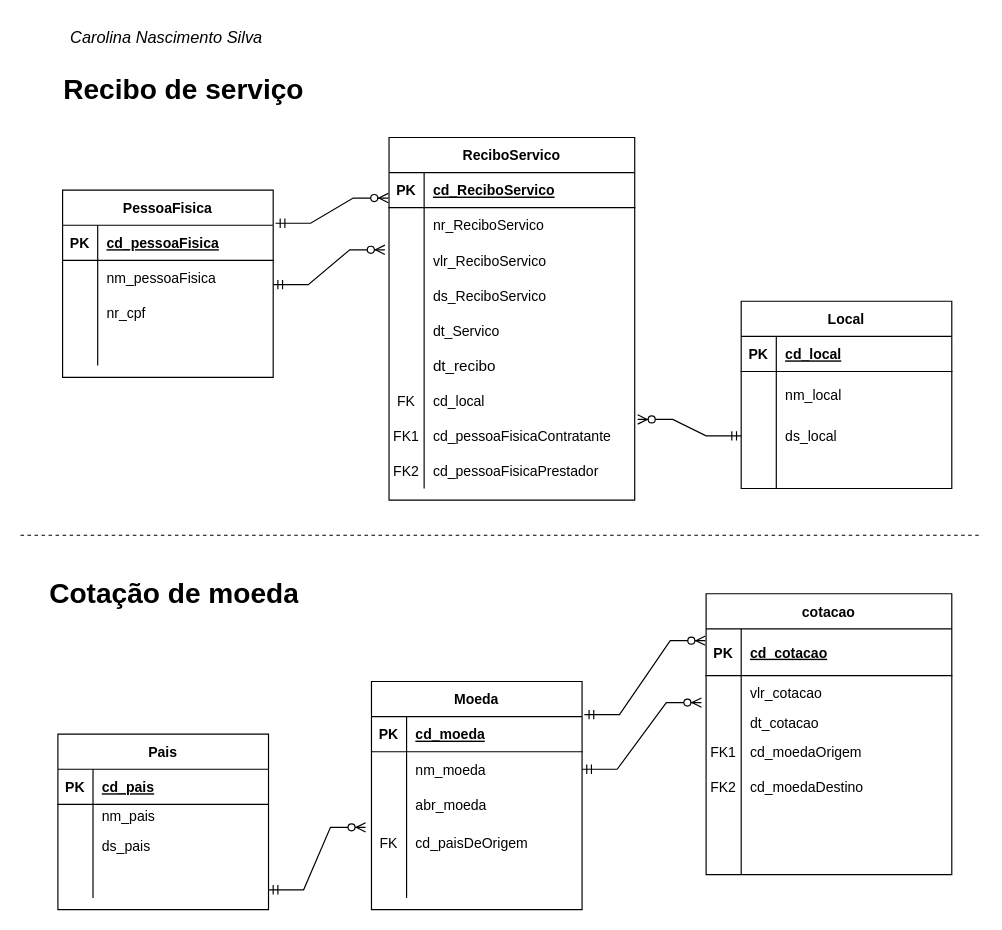
Before: page "Page-2" (2 of 2) of ReciboMoeda.drawio in Carolina-Silva/Carolina-Silva, a draw.io diagram. Source tidied: cells renumbered, new cells numbered last; positions are measured from the earlier drawing's top-left corner, leaving out a move shared by most shapes. Both pictures are drawn from the tidied source at 117%, with x=0, y=0 at pixel (20, 20).
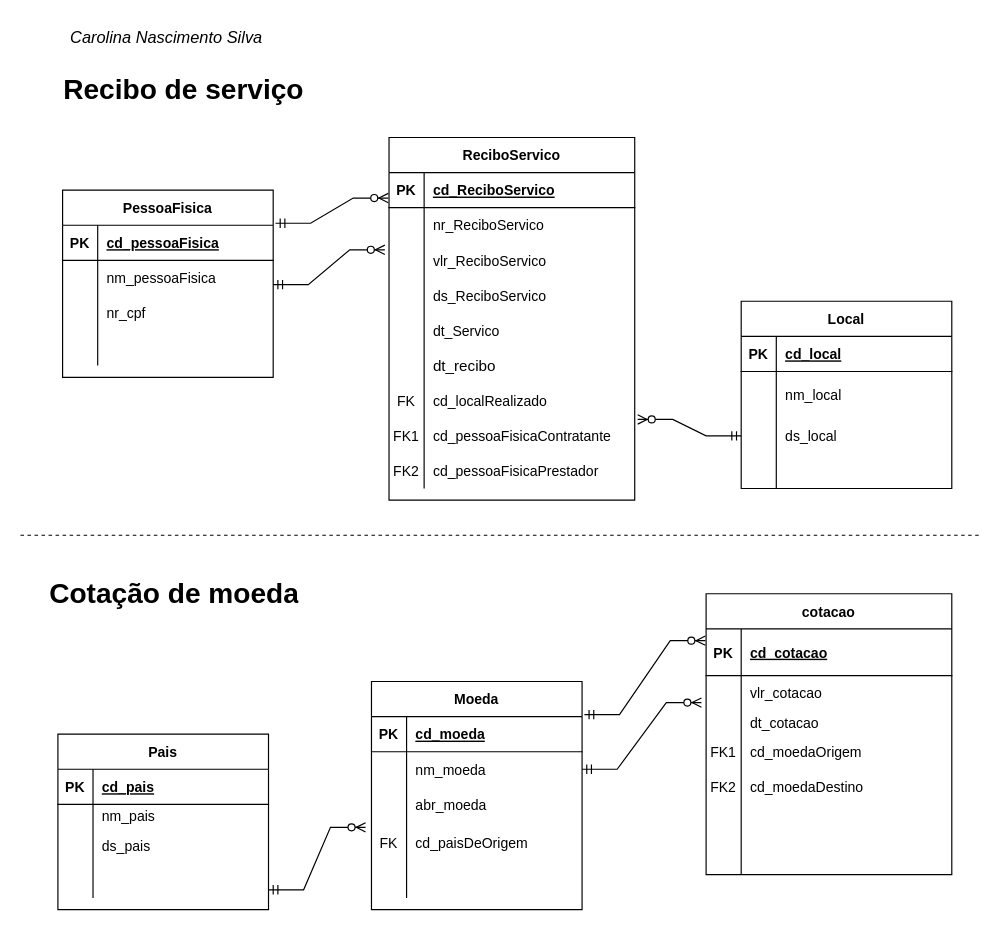
The same diagram, later.

Unchanged cells that the change refers to:
```xml
<mxCell id="35" style="shape=tableRow;horizontal=0;startSize=0;swimlaneHead=0;swimlaneBody=0;fillColor=none;top=0;left=0;right=0;bottom=0;" parent="16" vertex="1">
  <mxGeometry y="210" width="210" height="30" as="geometry" />
</mxCell>
```

The edit, as a diff of the source:
```diff
@@
-    <mxCell id="37" value="cd_local" style="shape=partialRectangle;fillColor=none;top=0;left=0;bottom=0;right=0;align=left;spacingLeft=6;fontStyle=0;overflow=hidden;" parent="35" vertex="1">
+    <mxCell id="37" value="cd_localRealizado" style="shape=partialRectangle;fillColor=none;top=0;left=0;bottom=0;right=0;align=left;spacingLeft=6;fontStyle=0;overflow=hidden;" parent="35" vertex="1">
       <mxGeometry x="30" width="180" height="30" as="geometry" />
     </mxCell>
```
